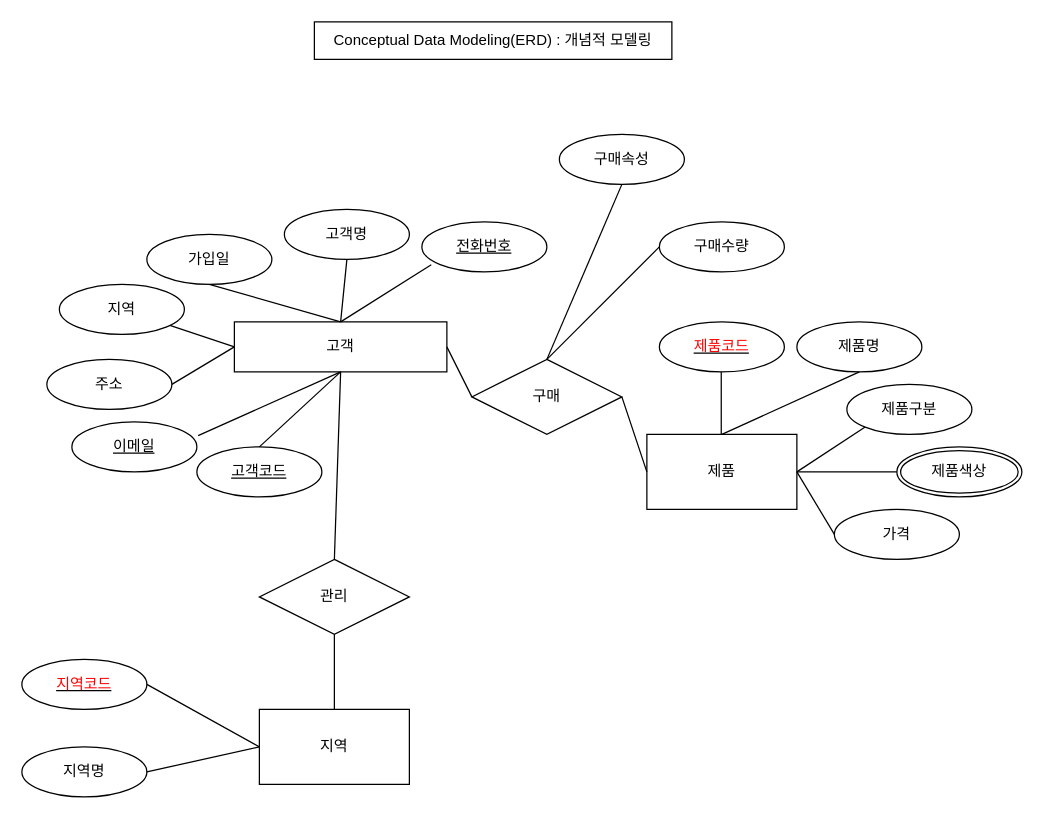
The draw.io diagram page "페이지-1" (1 of 2) of erd.drawio in Kimz00/ai8erd, before the edit. Source tidied: cells renumbered, new cells numbered last; positions are measured from the earlier drawing's top-left corner, leaving out a move shared by most shapes. Both pictures are drawn from the tidied source at 125%, with x=0, y=0 at pixel (21, 21).
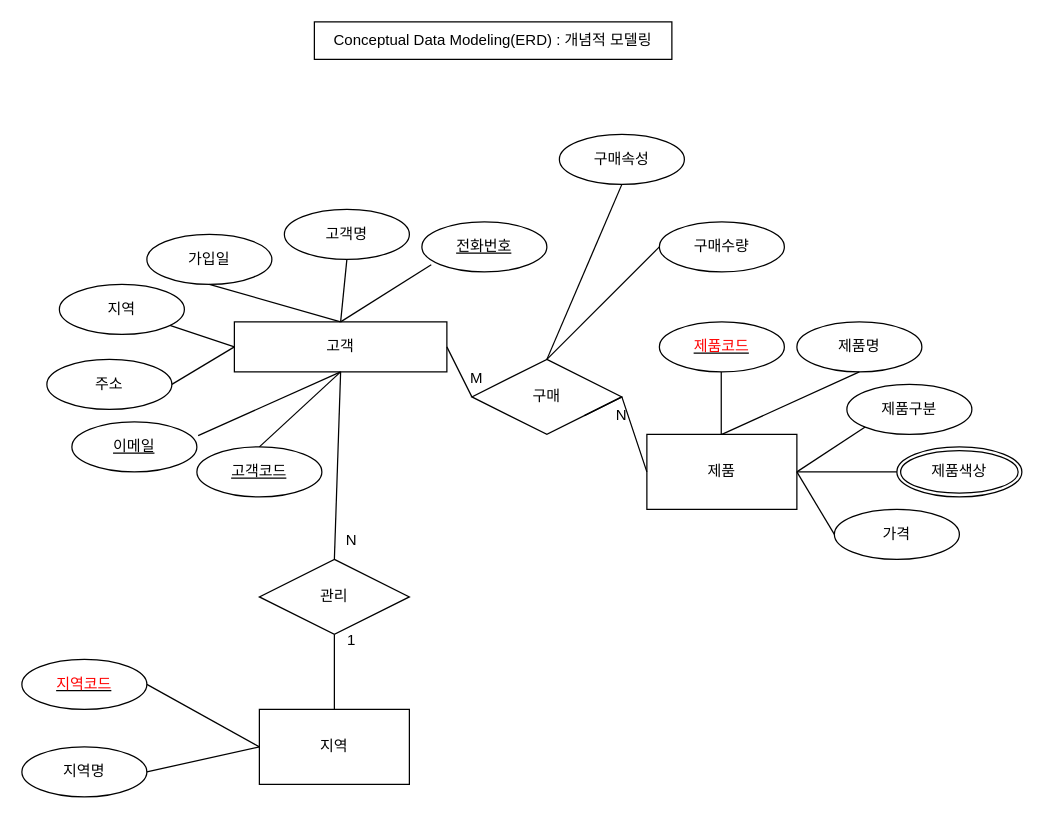
The same page after the edit.

Unchanged cells that the change refers to:
```xml
<mxCell id="23" value="제품" style="rounded=0;whiteSpace=wrap;html=1;" parent="1" vertex="1">
  <mxGeometry x="500" y="330" width="120" height="60" as="geometry" />
</mxCell>
<mxCell id="37" value="구매" style="shape=rhombus;perimeter=rhombusPerimeter;whiteSpace=wrap;html=1;align=center;" parent="1" vertex="1">
  <mxGeometry x="360" y="270" width="120" height="60" as="geometry" />
</mxCell>
```

Change to the diagram source:
```diff
@@
-    <mxCell id="40" style="endArrow=none;html=1;rounded=0;entryX=0;entryY=0.5;entryDx=0;entryDy=0;exitX=1;exitY=0.5;exitDx=0;exitDy=0;" parent="1" edge="1" source="37" target="23">
+    <mxCell id="40" style="endArrow=none;html=1;rounded=0;entryX=0;entryY=0.5;entryDx=0;entryDy=0;exitX=0.5;exitY=0;exitDx=0;exitDy=0;" parent="1" edge="1" source="48" target="23">
       <mxGeometry relative="1" as="geometry" />
     </mxCell>
@@
+    <mxCell id="44" value="1" style="text;html=1;strokeColor=none;fillColor=none;align=center;verticalAlign=middle;whiteSpace=wrap;rounded=0;" parent="1" vertex="1">
+      <mxGeometry x="234" y="480" width="60" height="30" as="geometry" />
+    </mxCell>
+    <mxCell id="45" value="N" style="text;html=1;strokeColor=none;fillColor=none;align=center;verticalAlign=middle;whiteSpace=wrap;rounded=0;" parent="1" vertex="1">
+      <mxGeometry x="234" y="400" width="60" height="30" as="geometry" />
+    </mxCell>
+    <mxCell id="46" value="M" style="text;html=1;strokeColor=none;fillColor=none;align=center;verticalAlign=middle;whiteSpace=wrap;rounded=0;" parent="1" vertex="1">
+      <mxGeometry x="334" y="270" width="60" height="30" as="geometry" />
+    </mxCell>
+    <mxCell id="47" style="endArrow=none;html=1;rounded=0;entryX=0;entryY=0.5;entryDx=0;entryDy=0;exitX=1;exitY=0.5;exitDx=0;exitDy=0;" parent="1" edge="1" source="37" target="48">
+      <mxGeometry relative="1" as="geometry" />
+    </mxCell>
+    <mxCell id="48" value="N" style="text;html=1;strokeColor=none;fillColor=none;align=center;verticalAlign=middle;whiteSpace=wrap;rounded=0;" parent="1" vertex="1">
+      <mxGeometry x="450" y="300" width="60" height="30" as="geometry" />
+    </mxCell>
```
